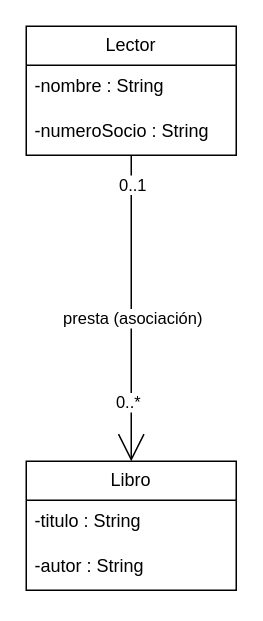
Earlier version of the draw.io diagram page "02-productos" (2 of 12) of Entorno_de_desarrollo/Tema5/solucion-actividades-diagrama-de-clases-uml.drawio (fernandezortaalex/Tarea). Source tidied: cells renumbered, new cells numbered last; positions are measured from the earlier drawing's top-left corner, leaving out a move shared by most shapes. Both pictures are drawn from the tidied source at 150%, with x=0, y=0 at pixel (26, 26).
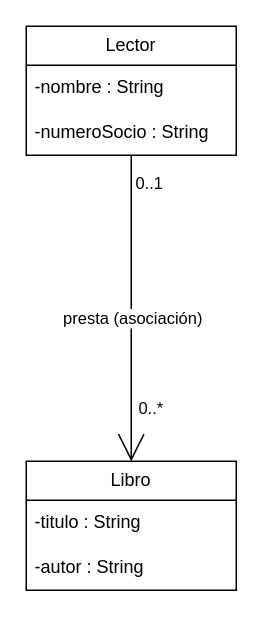
The same diagram, later.

What changed in the source:
```diff
@@
 <mxGraphModel>
   <root>
     <mxCell id="0" />
     <mxCell id="1" parent="0" />
-    <mxCell id="2" style="edgeStyle=none;html=1;entryX=0.5;entryY=0;entryDx=0;entryDy=0;endArrow=open;endFill=0;endSize=16;" parent="1" edge="1" source="6" target="9">
+    <mxCell id="2" style="edgeStyle=none;html=1;entryX=0.5;entryY=0;entryDx=0;entryDy=0;endArrow=open;endFill=0;endSize=16;verticalAlign=middle;" parent="1" edge="1" source="6" target="9">
       <mxGeometry relative="1" as="geometry" />
     </mxCell>
     <mxCell id="3" value="presta (asociación)" style="edgeLabel;html=1;align=center;verticalAlign=middle;" parent="2" vertex="1">
       <mxGeometry x="0.06" relative="1" as="geometry" />
     </mxCell>
     <mxCell id="4" value="0..1" style="edgeLabel;html=1;align=center;verticalAlign=middle;" parent="2" vertex="1">
       <mxGeometry x="-0.76" y="1" relative="1" as="geometry">
-        <mxPoint x="-1" y="-5" as="offset" />
+        <mxPoint x="10" y="-6" as="offset" />
       </mxGeometry>
     </mxCell>
     <mxCell id="5" value="0..*" style="edgeLabel;html=1;align=center;verticalAlign=middle;" parent="2" vertex="1">
       <mxGeometry x="0.62" y="-3" relative="1" as="geometry">
-        <mxPoint y="-1" as="offset" />
+        <mxPoint x="15" y="3" as="offset" />
       </mxGeometry>
     </mxCell>
-    <mxCell id="6" value="Lector" style="swimlane;fontStyle=0;horizontal=1;startSize=26;fillColor=none;whiteSpace=wrap;html=1;" parent="1" vertex="1">
+    <mxCell id="6" value="Lector" style="swimlane;fontStyle=0;horizontal=1;startSize=26;fillColor=none;whiteSpace=wrap;html=1;verticalAlign=middle;" parent="1" vertex="1">
       <mxGeometry width="140" height="86" as="geometry" />
     </mxCell>
-    <mxCell id="7" value="-nombre : String" style="text;strokeColor=none;fillColor=none;align=left;verticalAlign=top;spacingLeft=4;spacingRight=4;overflow=hidden;whiteSpace=wrap;html=1;" parent="6" vertex="1">
+    <mxCell id="7" value="-nombre : String" style="text;strokeColor=none;fillColor=none;align=left;verticalAlign=middle;spacingLeft=4;spacingRight=4;overflow=hidden;whiteSpace=wrap;html=1;" parent="6" vertex="1">
       <mxGeometry y="26" width="140" height="30" as="geometry" />
     </mxCell>
-    <mxCell id="8" value="-numeroSocio : String" style="text;strokeColor=none;fillColor=none;align=left;verticalAlign=top;spacingLeft=4;spacingRight=4;overflow=hidden;whiteSpace=wrap;html=1;" parent="6" vertex="1">
+    <mxCell id="8" value="-numeroSocio : String" style="text;strokeColor=none;fillColor=none;align=left;verticalAlign=middle;spacingLeft=4;spacingRight=4;overflow=hidden;whiteSpace=wrap;html=1;" parent="6" vertex="1">
       <mxGeometry y="56" width="140" height="30" as="geometry" />
     </mxCell>
-    <mxCell id="9" value="Libro" style="swimlane;fontStyle=0;horizontal=1;startSize=26;fillColor=none;whiteSpace=wrap;html=1;" parent="1" vertex="1">
+    <mxCell id="9" value="Libro" style="swimlane;fontStyle=0;horizontal=1;startSize=26;fillColor=none;whiteSpace=wrap;html=1;verticalAlign=middle;" parent="1" vertex="1">
       <mxGeometry y="290" width="140" height="86" as="geometry" />
     </mxCell>
-    <mxCell id="10" value="-titulo : String" style="text;strokeColor=none;fillColor=none;align=left;verticalAlign=top;spacingLeft=4;spacingRight=4;overflow=hidden;whiteSpace=wrap;html=1;" parent="9" vertex="1">
+    <mxCell id="10" value="-titulo : String" style="text;strokeColor=none;fillColor=none;align=left;verticalAlign=middle;spacingLeft=4;spacingRight=4;overflow=hidden;whiteSpace=wrap;html=1;" parent="9" vertex="1">
       <mxGeometry y="26" width="140" height="30" as="geometry" />
     </mxCell>
-    <mxCell id="11" value="-autor : String" style="text;strokeColor=none;fillColor=none;align=left;verticalAlign=top;spacingLeft=4;spacingRight=4;overflow=hidden;whiteSpace=wrap;html=1;" parent="9" vertex="1">
+    <mxCell id="11" value="-autor : String" style="text;strokeColor=none;fillColor=none;align=left;verticalAlign=middle;spacingLeft=4;spacingRight=4;overflow=hidden;whiteSpace=wrap;html=1;" parent="9" vertex="1">
       <mxGeometry y="56" width="140" height="30" as="geometry" />
     </mxCell>
   </root>
 </mxGraphModel>
```
